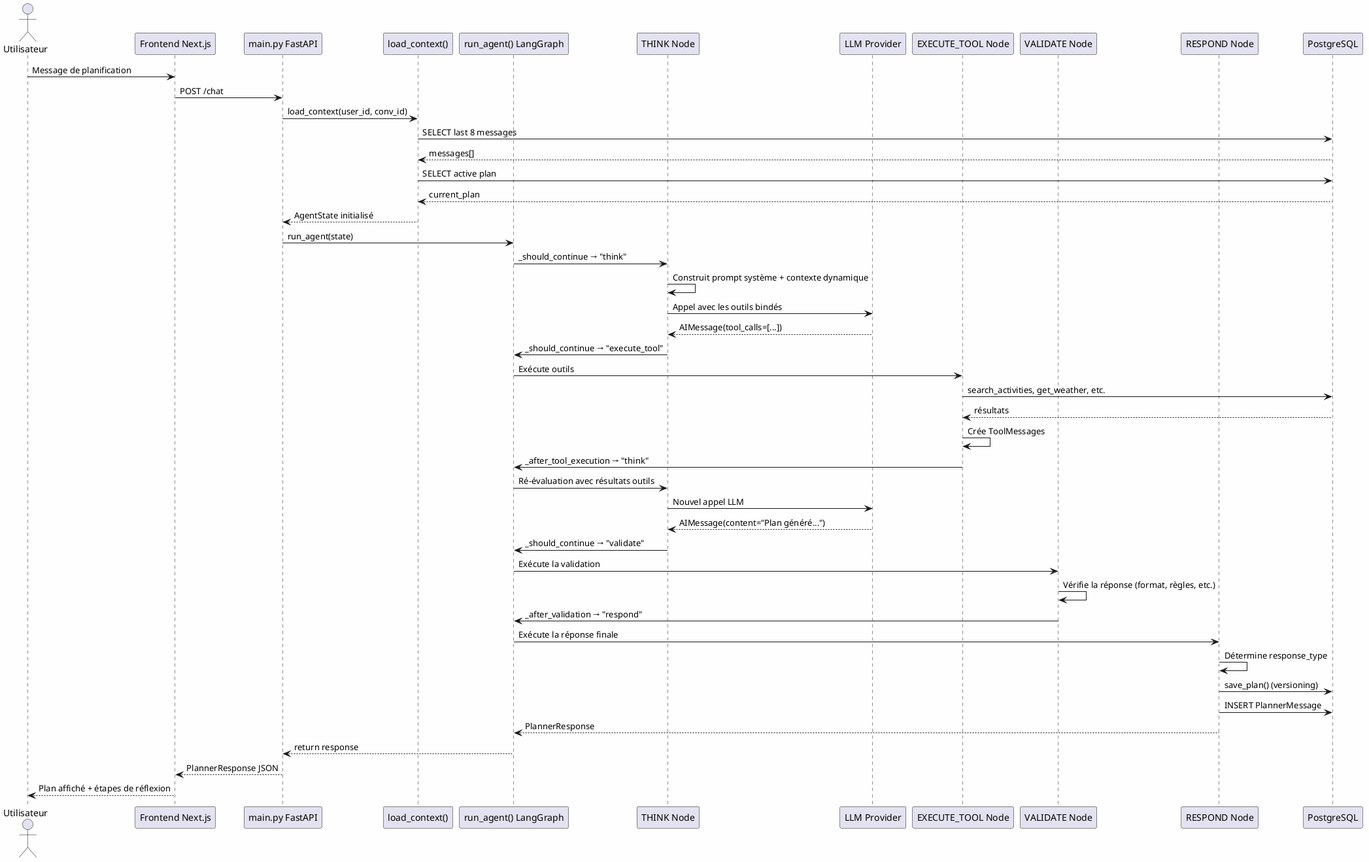
The PlantUML diagram diagrams/fig_02_agent_sequence.png in ahmed-addali/rapport, before a commit.
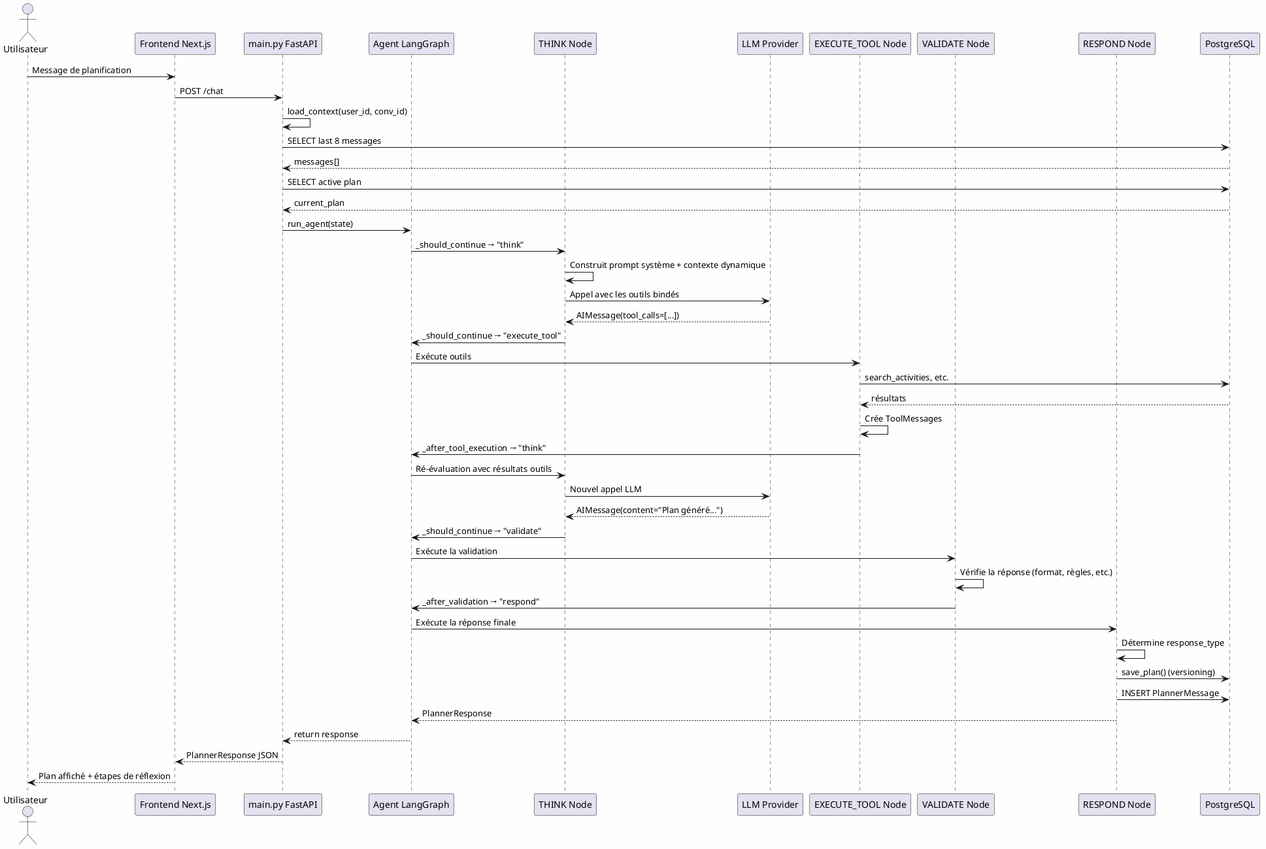
The same file after the commit.

What changed in the source:
```diff
@@ -5,8 +5,7 @@
 actor "Utilisateur" as User
 participant "Frontend Next.js" as Frontend
 participant "main.py FastAPI" as FastAPI
-participant "load_context()" as Context
-participant "run_agent() LangGraph" as Agent
+participant "Agent LangGraph" as Agent
 participant "THINK Node" as Think
 participant "LLM Provider" as LLM
 participant "EXECUTE_TOOL Node" as Exec
@@ -16,12 +15,12 @@
 
 User -> Frontend : Message de planification
 Frontend -> FastAPI : POST /chat
-FastAPI -> Context : load_context(user_id, conv_id)
-Context -> DB : SELECT last 8 messages
-DB --> Context : messages[]
-Context -> DB : SELECT active plan
-DB --> Context : current_plan
-Context --> FastAPI : AgentState initialisé
+
+FastAPI -> FastAPI : load_context(user_id, conv_id)
+FastAPI -> DB : SELECT last 8 messages
+DB --> FastAPI : messages[]
+FastAPI -> DB : SELECT active plan
+DB --> FastAPI : current_plan
 
 FastAPI -> Agent : run_agent(state)
 Agent -> Think : _should_continue → "think"
@@ -32,7 +31,7 @@
 
 Think -> Agent : _should_continue → "execute_tool"
 Agent -> Exec : Exécute outils
-Exec -> DB : search_activities, get_weather, etc.
+Exec -> DB : search_activities, etc.
 DB --> Exec : résultats
 Exec -> Exec : Crée ToolMessages
 Exec -> Agent : _after_tool_execution → "think"
```
